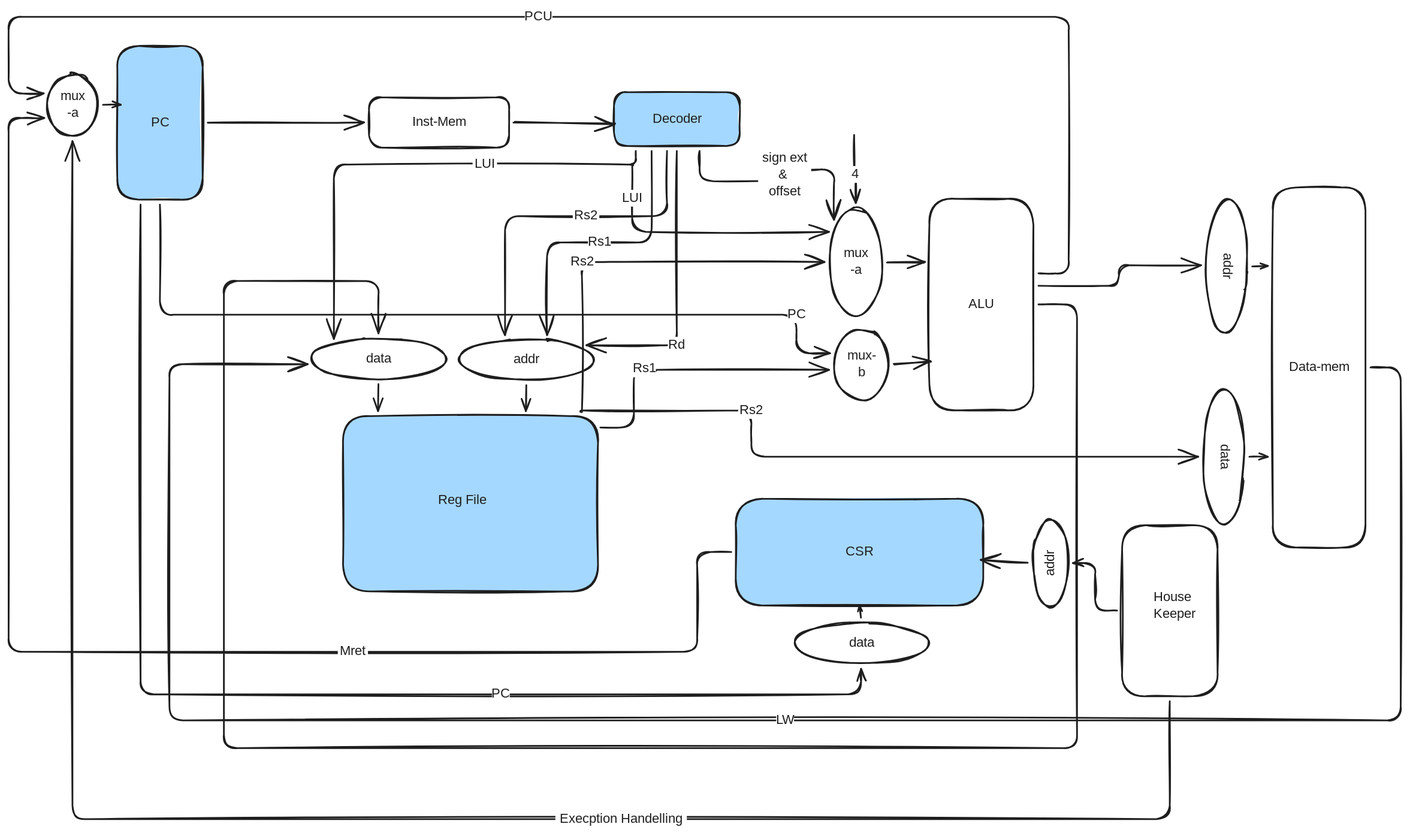
Earlier version of the Excalidraw export img/Overview.svg (thatdanish/RippleV). Source tidied: one line per element, renumbered; positions are measured from the earlier drawing's top-left corner, leaving out a move shared by most shapes.
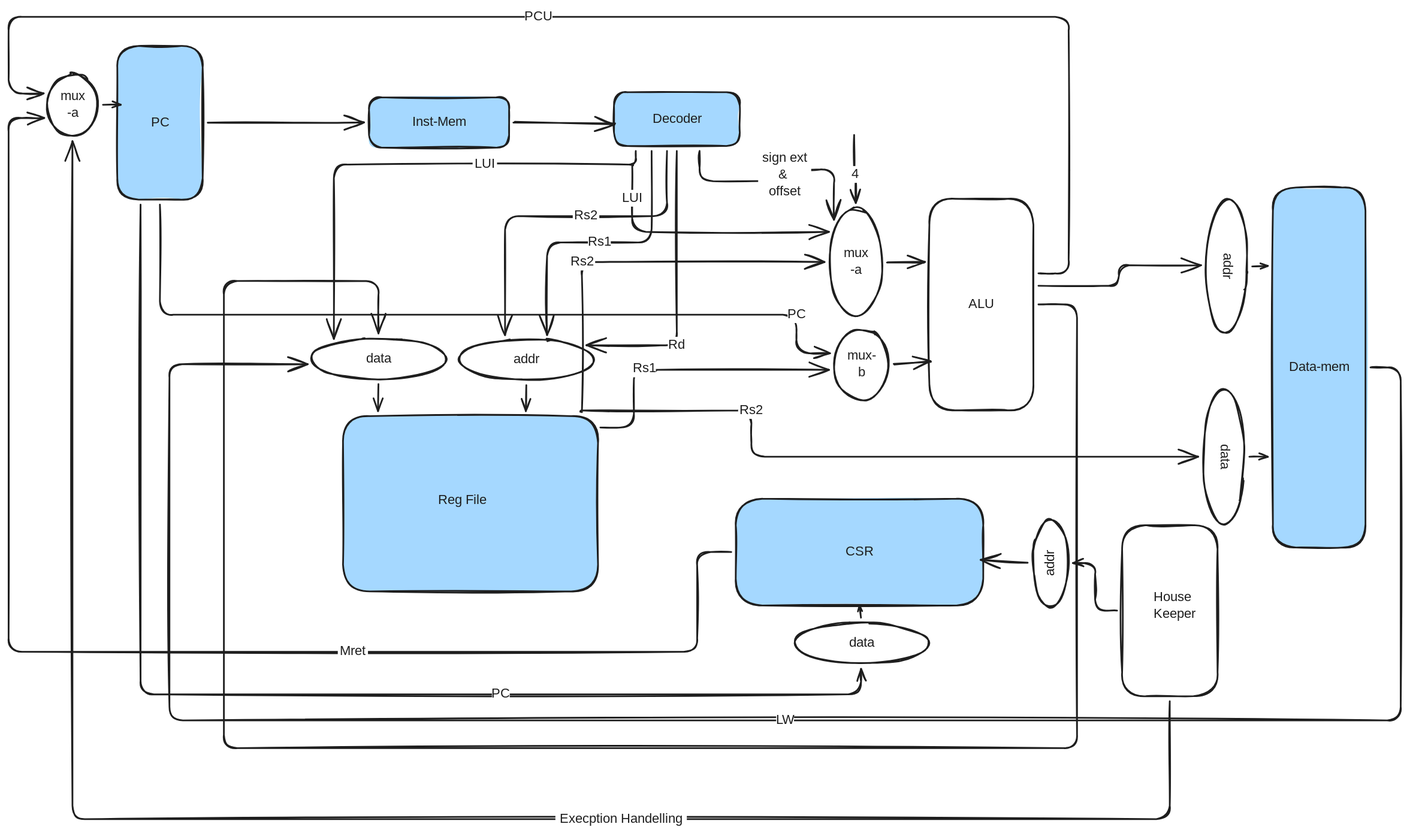
Above is the later version.

What changed in the source:
```diff
@@ -1,4 +1,4 @@
-{"id": 0, "type": "rectangle", "strokeColor": "#1e1e1e", "strokeWidth": 2, "roughness": 1, "round": true, "x": 430, "y": 112, "width": 167, "height": 60}
+{"id": 0, "type": "rectangle", "strokeColor": "#1e1e1e", "backgroundColor": "#a5d8ff", "fillStyle": "solid", "strokeWidth": 2, "roughness": 1, "round": true, "x": 430, "y": 112, "width": 167, "height": 60}
 {"id": 1, "type": "text", "text": "Inst-Mem", "strokeColor": "#1e1e1e", "strokeWidth": 2, "roughness": 1, "fontSize": 16, "fontFamily": 5, "textAlign": "center", "verticalAlign": "middle", "inside": 0, "x": 477, "y": 132, "width": 73, "height": 20}
 {"id": 2, "type": "rectangle", "strokeColor": "#1e1e1e", "backgroundColor": "#a5d8ff", "fillStyle": "solid", "strokeWidth": 2, "roughness": 1, "round": true, "x": 722, "y": 106, "width": 150, "height": 64}
 {"id": 3, "type": "text", "text": "Decoder", "strokeColor": "#1e1e1e", "strokeWidth": 2, "roughness": 1, "fontSize": 16, "fontFamily": 5, "textAlign": "center", "verticalAlign": "middle", "inside": 2, "x": 765, "y": 128, "width": 64, "height": 20}
@@ -39,7 +39,7 @@
 {"id": 38, "type": "text", "text": "sign ext\n& \noffset", "strokeColor": "#1e1e1e", "strokeWidth": 2, "roughness": 1, "fontSize": 16, "fontFamily": 5, "textAlign": "center", "verticalAlign": "middle", "inside": 37, "x": 894, "y": 175, "width": 63, "height": 60}
 {"id": 39, "type": "arrow", "strokeColor": "#1e1e1e", "strokeWidth": 2, "roughness": 1, "endArrowhead": "arrow", "from": 13, "to": 7, "x": 683, "y": 488, "width": 289, "height": 179, "points": [[0, 0], [0, -179], [289, -179]]}
 {"id": 40, "type": "text", "text": "Rs2", "strokeColor": "#1e1e1e", "strokeWidth": 2, "roughness": 1, "fontSize": 16, "fontFamily": 5, "textAlign": "center", "verticalAlign": "middle", "inside": 39, "x": 668, "y": 299, "width": 32, "height": 20}
-{"id": 41, "type": "rectangle", "strokeColor": "#1e1e1e", "strokeWidth": 2, "roughness": 1, "round": true, "x": 1507, "y": 220, "width": 110, "height": 429}
+{"id": 41, "type": "rectangle", "strokeColor": "#1e1e1e", "backgroundColor": "#a5d8ff", "fillStyle": "solid", "strokeWidth": 2, "roughness": 1, "round": true, "x": 1507, "y": 220, "width": 110, "height": 429}
 {"id": 42, "type": "text", "text": "Data-mem", "strokeColor": "#1e1e1e", "strokeWidth": 2, "roughness": 1, "fontSize": 16, "fontFamily": 5, "textAlign": "center", "verticalAlign": "middle", "inside": 41, "x": 1524, "y": 424, "width": 76, "height": 20}
 {"id": 43, "type": "ellipse", "strokeColor": "#1e1e1e", "angle": 1.59, "strokeWidth": 2, "roughness": 1, "round": true, "x": 1372, "y": 289, "width": 161, "height": 49}
 {"id": 44, "type": "text", "text": "addr", "strokeColor": "#1e1e1e", "angle": 1.59, "strokeWidth": 2, "roughness": 1, "fontSize": 16, "fontFamily": 5, "textAlign": "center", "verticalAlign": "middle", "inside": 43, "x": 1435, "y": 303, "width": 35, "height": 20}
```
